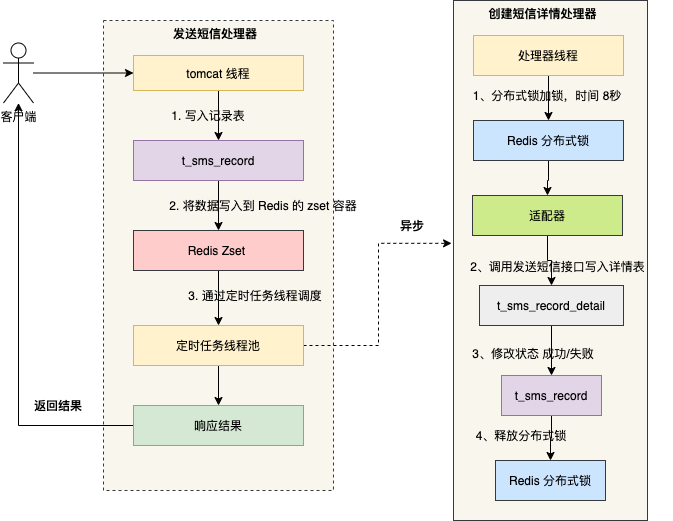
This is pics/sms/onemsghowtosend.png from makemyownlife/makemyownlife.github.io, a draw.io export, as it was before one commit. Source tidied: cells renumbered, new cells last; positions are measured from the earlier drawing's top-left corner, leaving out a move shared by most shapes.
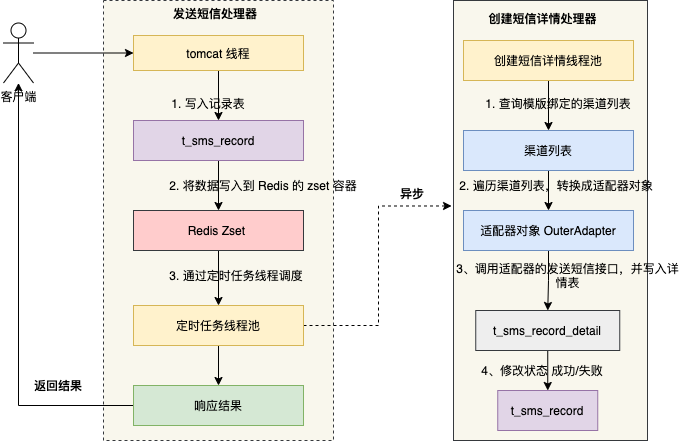
After the change.

Change to the diagram source:
```diff
@@ -3,115 +3,109 @@
     <mxCell id="0" />
     <mxCell id="1" parent="0" />
     <mxCell id="2" style="rounded=0;whiteSpace=wrap;html=1;fillColor=#f9f7ed;strokeColor=#36393d;dashed=1;" parent="1" vertex="1">
-      <mxGeometry x="100" y="20" width="230" height="470" as="geometry" />
+      <mxGeometry x="1170" y="3490" width="230" height="440" as="geometry" />
     </mxCell>
     <mxCell id="3" style="rounded=0;whiteSpace=wrap;html=1;fillColor=#f9f7ed;strokeColor=#36393d;" parent="1" vertex="1">
-      <mxGeometry x="450" width="194" height="520" as="geometry" />
+      <mxGeometry x="1520" y="3490" width="194" height="440" as="geometry" />
     </mxCell>
     <mxCell id="4" style="edgeStyle=orthogonalEdgeStyle;rounded=0;jettySize=auto;html=1;entryX=0.5;entryY=0;entryDx=0;entryDy=0;" parent="1" edge="1" source="5" target="8">
       <mxGeometry relative="1" as="geometry" />
     </mxCell>
     <mxCell id="5" value="tomcat 线程" style="rounded=0;whiteSpace=wrap;html=1;fillColor=#fff2cc;strokeColor=#d6b656;" parent="1" vertex="1">
-      <mxGeometry x="130" y="55" width="170" height="35" as="geometry" />
+      <mxGeometry x="1200" y="3525" width="170" height="35" as="geometry" />
     </mxCell>
     <mxCell id="6" value="&lt;b&gt;发送短信处理器&lt;/b&gt;" style="text;html=1;strokeColor=none;fillColor=none;align=center;verticalAlign=middle;whiteSpace=wrap;rounded=0;dashed=1;" parent="1" vertex="1">
-      <mxGeometry x="167" y="22.5" width="90" height="20" as="geometry" />
+      <mxGeometry x="1237" y="3492.5" width="90" height="20" as="geometry" />
     </mxCell>
-    <mxCell id="7" style="edgeStyle=orthogonalEdgeStyle;rounded=0;jettySize=auto;html=1;entryX=0.5;entryY=0;entryDx=0;entryDy=0;" parent="1" edge="1" source="8" target="28">
+    <mxCell id="7" style="edgeStyle=orthogonalEdgeStyle;rounded=0;jettySize=auto;html=1;entryX=0.5;entryY=0;entryDx=0;entryDy=0;" parent="1" edge="1" source="8" target="20">
       <mxGeometry relative="1" as="geometry" />
     </mxCell>
     <mxCell id="8" value="&lt;span&gt;t_sms_record&lt;/span&gt;" style="whiteSpace=wrap;html=1;align=center;fillColor=#e1d5e7;strokeColor=#9673a6;" parent="1" vertex="1">
-      <mxGeometry x="130" y="140" width="170" height="40" as="geometry" />
+      <mxGeometry x="1200" y="3610" width="170" height="40" as="geometry" />
     </mxCell>
     <mxCell id="9" value="1. 写入记录表" style="text;html=1;strokeColor=none;fillColor=none;align=center;verticalAlign=middle;whiteSpace=wrap;rounded=0;dashed=1;" parent="1" vertex="1">
-      <mxGeometry x="165" y="105" width="80" height="20" as="geometry" />
+      <mxGeometry x="1235" y="3590" width="80" height="5" as="geometry" />
     </mxCell>
-    <mxCell id="10" style="edgeStyle=orthogonalEdgeStyle;rounded=0;jettySize=auto;html=1;entryX=0.5;entryY=0;entryDx=0;entryDy=0;" parent="1" edge="1" source="11" target="15">
+    <mxCell id="10" style="edgeStyle=orthogonalEdgeStyle;rounded=0;jettySize=auto;html=1;entryX=0.5;entryY=0;entryDx=0;entryDy=0;" parent="1" edge="1" source="11" target="32">
       <mxGeometry relative="1" as="geometry" />
     </mxCell>
-    <mxCell id="11" value="处理器线程" style="rounded=0;whiteSpace=wrap;html=1;fillColor=#fff2cc;strokeColor=#d6b656;" parent="1" vertex="1">
-      <mxGeometry x="470" y="35" width="150" height="40" as="geometry" />
+    <mxCell id="11" value="创建短信详情线程池" style="rounded=0;whiteSpace=wrap;html=1;fillColor=#fff2cc;strokeColor=#d6b656;" parent="1" vertex="1">
+      <mxGeometry x="1530" y="3530" width="170" height="40" as="geometry" />
     </mxCell>
     <mxCell id="12" style="edgeStyle=orthogonalEdgeStyle;rounded=0;jettySize=auto;html=1;entryX=0;entryY=0.5;entryDx=0;entryDy=0;" parent="1" edge="1" source="13" target="5">
       <mxGeometry relative="1" as="geometry" />
     </mxCell>
     <mxCell id="13" value="客户端" style="shape=umlActor;verticalLabelPosition=bottom;verticalAlign=top;html=1;outlineConnect=0;" parent="1" vertex="1">
-      <mxGeometry y="42.5" width="30" height="60" as="geometry" />
+      <mxGeometry x="1070" y="3512.5" width="30" height="60" as="geometry" />
     </mxCell>
     <mxCell id="14" style="edgeStyle=orthogonalEdgeStyle;rounded=0;jettySize=auto;html=1;entryX=0.5;entryY=0;entryDx=0;entryDy=0;" parent="1" edge="1" source="15" target="17">
       <mxGeometry relative="1" as="geometry" />
     </mxCell>
-    <mxCell id="15" value="Redis 分布式锁" style="rounded=0;whiteSpace=wrap;html=1;fillColor=#cce5ff;strokeColor=#36393d;" parent="1" vertex="1">
-      <mxGeometry x="470" y="120" width="150" height="40" as="geometry" />
+    <mxCell id="15" value="t_sms_record_detail" style="rounded=0;whiteSpace=wrap;html=1;fillColor=#eeeeee;strokeColor=#36393d;" parent="1" vertex="1">
+      <mxGeometry x="1542.2" y="3800" width="144" height="40" as="geometry" />
     </mxCell>
-    <mxCell id="16" style="edgeStyle=orthogonalEdgeStyle;rounded=0;jettySize=auto;html=1;entryX=0.5;entryY=0;entryDx=0;entryDy=0;" parent="1" edge="1" source="17" target="19">
-      <mxGeometry relative="1" as="geometry" />
+    <mxCell id="16" value="3、调用适配器的发送短信接口，并写入详情表" style="text;html=1;strokeColor=none;fillColor=none;align=center;verticalAlign=middle;whiteSpace=wrap;rounded=0;" parent="1" vertex="1">
+      <mxGeometry x="1520" y="3755" width="229" height="20" as="geometry" />
     </mxCell>
-    <mxCell id="17" value="适配器" style="rounded=0;whiteSpace=wrap;html=1;fillColor=#cdeb8b;strokeColor=#36393d;" parent="1" vertex="1">
-      <mxGeometry x="469" y="195" width="150" height="40" as="geometry" />
+    <mxCell id="17" value="&lt;span&gt;t_sms_record&lt;/span&gt;" style="whiteSpace=wrap;html=1;align=center;fillColor=#e1d5e7;strokeColor=#9673a6;" parent="1" vertex="1">
+      <mxGeometry x="1564.2" y="3880" width="100" height="40" as="geometry" />
     </mxCell>
-    <mxCell id="18" style="edgeStyle=orthogonalEdgeStyle;rounded=0;jettySize=auto;html=1;entryX=0.5;entryY=0;entryDx=0;entryDy=0;" parent="1" edge="1" source="19" target="22">
-      <mxGeometry relative="1" as="geometry" />
+    <mxCell id="18" value="4、修改状态 成功/失败" style="text;html=1;strokeColor=none;fillColor=none;align=center;verticalAlign=middle;whiteSpace=wrap;rounded=0;" parent="1" vertex="1">
+      <mxGeometry x="1532.8" y="3850" width="152" height="20" as="geometry" />
     </mxCell>
-    <mxCell id="19" value="t_sms_record_detail" style="rounded=0;whiteSpace=wrap;html=1;fillColor=#eeeeee;strokeColor=#36393d;" parent="1" vertex="1">
-      <mxGeometry x="476" y="285" width="144" height="40" as="geometry" />
+    <mxCell id="19" style="edgeStyle=orthogonalEdgeStyle;rounded=0;jettySize=auto;html=1;" parent="1" edge="1" source="20" target="24">
+      <mxGeometry relative="1" as="geometry" />
     </mxCell>
-    <mxCell id="20" value="2、调用发送短信接口写入详情表" style="text;html=1;strokeColor=none;fillColor=none;align=center;verticalAlign=middle;whiteSpace=wrap;rounded=0;" parent="1" vertex="1">
-      <mxGeometry x="440" y="255.5" width="229" height="20" as="geometry" />
+    <mxCell id="20" value="Redis Zset&amp;nbsp;" style="whiteSpace=wrap;html=1;align=center;fillColor=#ffcccc;strokeColor=#36393d;" parent="1" vertex="1">
+      <mxGeometry x="1200" y="3700" width="170" height="40" as="geometry" />
     </mxCell>
-    <mxCell id="21" style="edgeStyle=orthogonalEdgeStyle;rounded=0;jettySize=auto;html=1;entryX=0.5;entryY=0;entryDx=0;entryDy=0;" parent="1" edge="1" source="22" target="23">
-      <mxGeometry relative="1" as="geometry" />
+    <mxCell id="21" value="2. 将数据写入到 Redis 的 zset 容器" style="text;html=1;strokeColor=none;fillColor=none;align=center;verticalAlign=middle;whiteSpace=wrap;rounded=0;dashed=1;" parent="1" vertex="1">
+      <mxGeometry x="1235" y="3665" width="190" height="20" as="geometry" />
     </mxCell>
-    <mxCell id="22" value="&lt;span&gt;t_sms_record&lt;/span&gt;" style="whiteSpace=wrap;html=1;align=center;fillColor=#e1d5e7;strokeColor=#9673a6;" parent="1" vertex="1">
-      <mxGeometry x="498" y="375" width="100" height="40" as="geometry" />
+    <mxCell id="22" style="edgeStyle=orthogonalEdgeStyle;rounded=0;jettySize=auto;html=1;entryX=-0.01;entryY=0.467;entryDx=0;entryDy=0;entryPerimeter=0;dashed=1;" parent="1" edge="1" source="24" target="3">
+      <mxGeometry relative="1" as="geometry" />
     </mxCell>
-    <mxCell id="23" value="Redis 分布式锁" style="rounded=0;whiteSpace=wrap;html=1;fillColor=#cce5ff;strokeColor=#36393d;" parent="1" vertex="1">
-      <mxGeometry x="492" y="460" width="110" height="40" as="geometry" />
+    <mxCell id="23" style="edgeStyle=orthogonalEdgeStyle;rounded=0;jettySize=auto;html=1;entryX=0.5;entryY=0;entryDx=0;entryDy=0;" parent="1" edge="1" source="24" target="29">
+      <mxGeometry relative="1" as="geometry" />
     </mxCell>
-    <mxCell id="24" value="3、修改状态 成功/失败" style="text;html=1;strokeColor=none;fillColor=none;align=center;verticalAlign=middle;whiteSpace=wrap;rounded=0;" parent="1" vertex="1">
-      <mxGeometry x="454" y="343" width="152" height="20" as="geometry" />
+    <mxCell id="24" value="定时任务线程池" style="rounded=0;whiteSpace=wrap;html=1;fillColor=#fff2cc;strokeColor=#d6b656;" parent="1" vertex="1">
+      <mxGeometry x="1200" y="3795" width="170" height="40" as="geometry" />
     </mxCell>
-    <mxCell id="25" value="4、释放分布式锁" style="text;html=1;strokeColor=none;fillColor=none;align=center;verticalAlign=middle;whiteSpace=wrap;rounded=0;" parent="1" vertex="1">
-      <mxGeometry x="454" y="425" width="128" height="20" as="geometry" />
+    <mxCell id="25" value="3. 通过定时任务线程调度" style="text;html=1;strokeColor=none;fillColor=none;align=center;verticalAlign=middle;whiteSpace=wrap;rounded=0;dashed=1;" parent="1" vertex="1">
+      <mxGeometry x="1208" y="3755" width="190" height="20" as="geometry" />
     </mxCell>
-    <mxCell id="26" value="1、分布式锁加锁，时间 8秒" style="text;html=1;strokeColor=none;fillColor=none;align=center;verticalAlign=middle;whiteSpace=wrap;rounded=0;" parent="1" vertex="1">
-      <mxGeometry x="454" y="85" width="180" height="20" as="geometry" />
+    <mxCell id="26" value="&lt;b&gt;创建短信详情处理器&lt;/b&gt;" style="text;html=1;strokeColor=none;fillColor=none;align=center;verticalAlign=middle;whiteSpace=wrap;rounded=0;dashed=1;" parent="1" vertex="1">
+      <mxGeometry x="1543" y="3497.5" width="133" height="20" as="geometry" />
     </mxCell>
-    <mxCell id="27" style="edgeStyle=orthogonalEdgeStyle;rounded=0;jettySize=auto;html=1;" parent="1" edge="1" source="28" target="32">
-      <mxGeometry relative="1" as="geometry" />
+    <mxCell id="27" value="&lt;b&gt;异步&lt;/b&gt;" style="text;html=1;strokeColor=none;fillColor=none;align=center;verticalAlign=middle;whiteSpace=wrap;rounded=0;" parent="1" vertex="1">
+      <mxGeometry x="1459" y="3672.5" width="40" height="20" as="geometry" />
     </mxCell>
-    <mxCell id="28" value="Redis Zset&amp;nbsp;" style="whiteSpace=wrap;html=1;align=center;fillColor=#ffcccc;strokeColor=#36393d;" parent="1" vertex="1">
-      <mxGeometry x="130" y="230" width="170" height="40" as="geometry" />
+    <mxCell id="28" style="edgeStyle=orthogonalEdgeStyle;rounded=0;jettySize=auto;html=1;" parent="1" edge="1" source="29" target="13">
+      <mxGeometry relative="1" as="geometry" />
     </mxCell>
-    <mxCell id="29" value="2. 将数据写入到 Redis 的 zset 容器" style="text;html=1;strokeColor=none;fillColor=none;align=center;verticalAlign=middle;whiteSpace=wrap;rounded=0;dashed=1;" parent="1" vertex="1">
-      <mxGeometry x="165" y="195" width="190" height="20" as="geometry" />
+    <mxCell id="29" value="响应结果" style="rounded=0;whiteSpace=wrap;html=1;fillColor=#d5e8d4;strokeColor=#82b366;" parent="1" vertex="1">
+      <mxGeometry x="1200" y="3875" width="170" height="40" as="geometry" />
     </mxCell>
-    <mxCell id="30" style="edgeStyle=orthogonalEdgeStyle;rounded=0;jettySize=auto;html=1;entryX=-0.01;entryY=0.467;entryDx=0;entryDy=0;entryPerimeter=0;dashed=1;" parent="1" edge="1" source="32" target="3">
-      <mxGeometry relative="1" as="geometry" />
+    <mxCell id="30" value="&lt;b&gt;返回结果&lt;/b&gt;" style="text;html=1;strokeColor=none;fillColor=none;align=center;verticalAlign=middle;whiteSpace=wrap;rounded=0;" parent="1" vertex="1">
+      <mxGeometry x="1100" y="3865" width="50" height="20" as="geometry" />
     </mxCell>
-    <mxCell id="31" style="edgeStyle=orthogonalEdgeStyle;rounded=0;jettySize=auto;html=1;entryX=0.5;entryY=0;entryDx=0;entryDy=0;" parent="1" edge="1" source="32" target="37">
+    <mxCell id="31" style="edgeStyle=orthogonalEdgeStyle;rounded=0;jettySize=auto;html=1;entryX=0.5;entryY=0;entryDx=0;entryDy=0;" parent="1" edge="1" source="32" target="35">
       <mxGeometry relative="1" as="geometry" />
     </mxCell>
-    <mxCell id="32" value="定时任务线程池" style="rounded=0;whiteSpace=wrap;html=1;fillColor=#fff2cc;strokeColor=#d6b656;" parent="1" vertex="1">
-      <mxGeometry x="130" y="325" width="170" height="40" as="geometry" />
+    <mxCell id="32" value="渠道列表" style="rounded=0;whiteSpace=wrap;html=1;fillColor=#dae8fc;strokeColor=#6c8ebf;" parent="1" vertex="1">
+      <mxGeometry x="1530" y="3620" width="170" height="40" as="geometry" />
     </mxCell>
-    <mxCell id="33" value="3. 通过定时任务线程调度" style="text;html=1;strokeColor=none;fillColor=none;align=center;verticalAlign=middle;whiteSpace=wrap;rounded=0;dashed=1;" parent="1" vertex="1">
-      <mxGeometry x="157" y="285" width="190" height="20" as="geometry" />
+    <mxCell id="33" value="1. 查询模版绑定的渠道列表" style="text;html=1;strokeColor=none;fillColor=none;align=center;verticalAlign=middle;whiteSpace=wrap;rounded=0;dashed=1;" parent="1" vertex="1">
+      <mxGeometry x="1521.8" y="3590" width="205.5" height="5" as="geometry" />
     </mxCell>
-    <mxCell id="34" value="&lt;b&gt;创建短信详情处理器&lt;/b&gt;" style="text;html=1;strokeColor=none;fillColor=none;align=center;verticalAlign=middle;whiteSpace=wrap;rounded=0;dashed=1;" parent="1" vertex="1">
-      <mxGeometry x="473" y="2.5" width="133" height="20" as="geometry" />
+    <mxCell id="34" style="edgeStyle=orthogonalEdgeStyle;rounded=0;jettySize=auto;html=1;entryX=0.5;entryY=0;entryDx=0;entryDy=0;" parent="1" edge="1" source="35" target="15">
+      <mxGeometry relative="1" as="geometry" />
     </mxCell>
-    <mxCell id="35" value="&lt;b&gt;异步&lt;/b&gt;" style="text;html=1;strokeColor=none;fillColor=none;align=center;verticalAlign=middle;whiteSpace=wrap;rounded=0;" parent="1" vertex="1">
-      <mxGeometry x="389" y="215" width="40" height="20" as="geometry" />
+    <mxCell id="35" value="适配器对象 OuterAdapter" style="rounded=0;whiteSpace=wrap;html=1;fillColor=#dae8fc;strokeColor=#6c8ebf;" parent="1" vertex="1">
+      <mxGeometry x="1530" y="3700" width="170" height="40" as="geometry" />
     </mxCell>
-    <mxCell id="36" style="edgeStyle=orthogonalEdgeStyle;rounded=0;jettySize=auto;html=1;" parent="1" edge="1" source="37" target="13">
-      <mxGeometry relative="1" as="geometry" />
+    <mxCell id="36" value="2. 遍历渠道列表，转换成适配器对象" style="text;html=1;strokeColor=none;fillColor=none;align=center;verticalAlign=middle;whiteSpace=wrap;rounded=0;dashed=1;" parent="1" vertex="1">
+      <mxGeometry x="1520" y="3672.5" width="205.5" height="5" as="geometry" />
     </mxCell>
-    <mxCell id="37" value="响应结果" style="rounded=0;whiteSpace=wrap;html=1;fillColor=#d5e8d4;strokeColor=#82b366;" parent="1" vertex="1">
-      <mxGeometry x="130" y="405" width="170" height="40" as="geometry" />
-    </mxCell>
-    <mxCell id="38" value="&lt;b&gt;返回结果&lt;/b&gt;" style="text;html=1;strokeColor=none;fillColor=none;align=center;verticalAlign=middle;whiteSpace=wrap;rounded=0;" parent="1" vertex="1">
-      <mxGeometry x="30" y="395" width="50" height="20" as="geometry" />
-    </mxCell>
   </root>
 </mxGraphModel>
```
